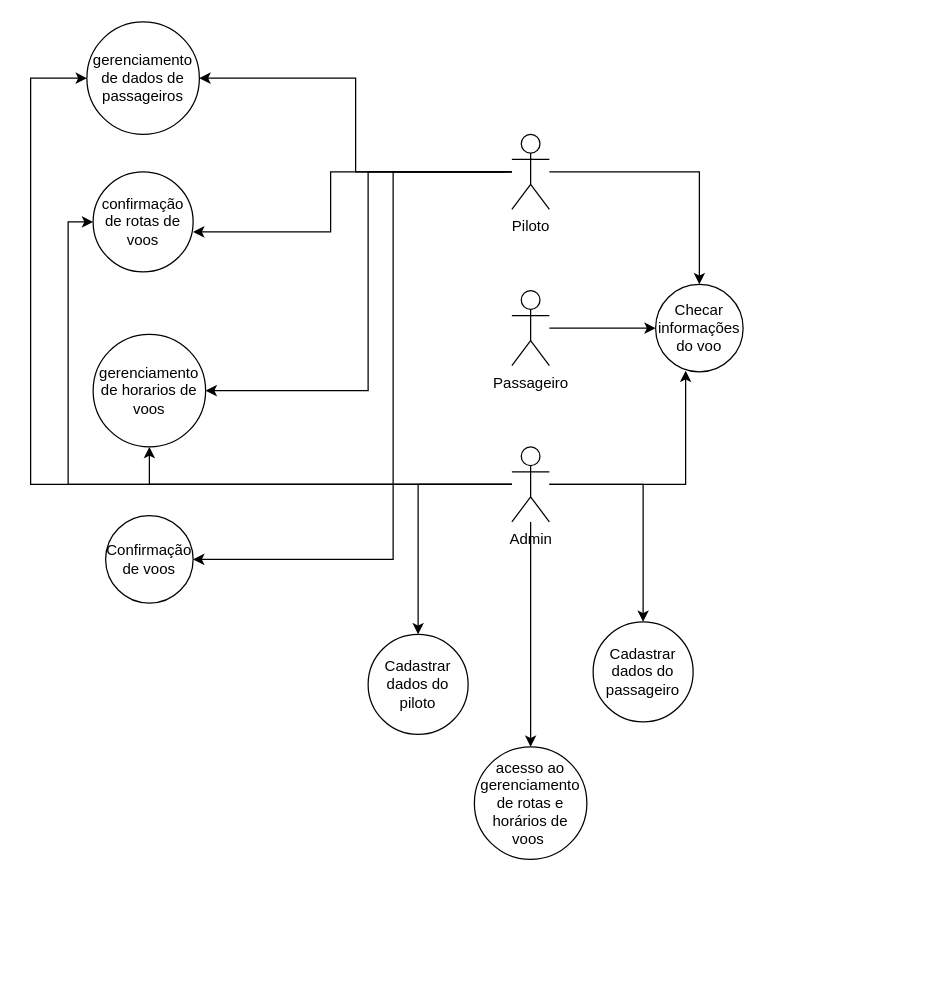
Above: page "Page-2" (2 of 3) of Other Files/Diagrama Aeromind.drawio.xml in Gabriel-Evarist0/Modelagem-de-Software-aero-mind (draw.io), before the change. Source tidied: cells renumbered, new cells numbered last; positions are measured from the earlier drawing's top-left corner, leaving out a move shared by most shapes. Both pictures are drawn from the tidied source at 125%, with x=0, y=0 at pixel (30, 21).
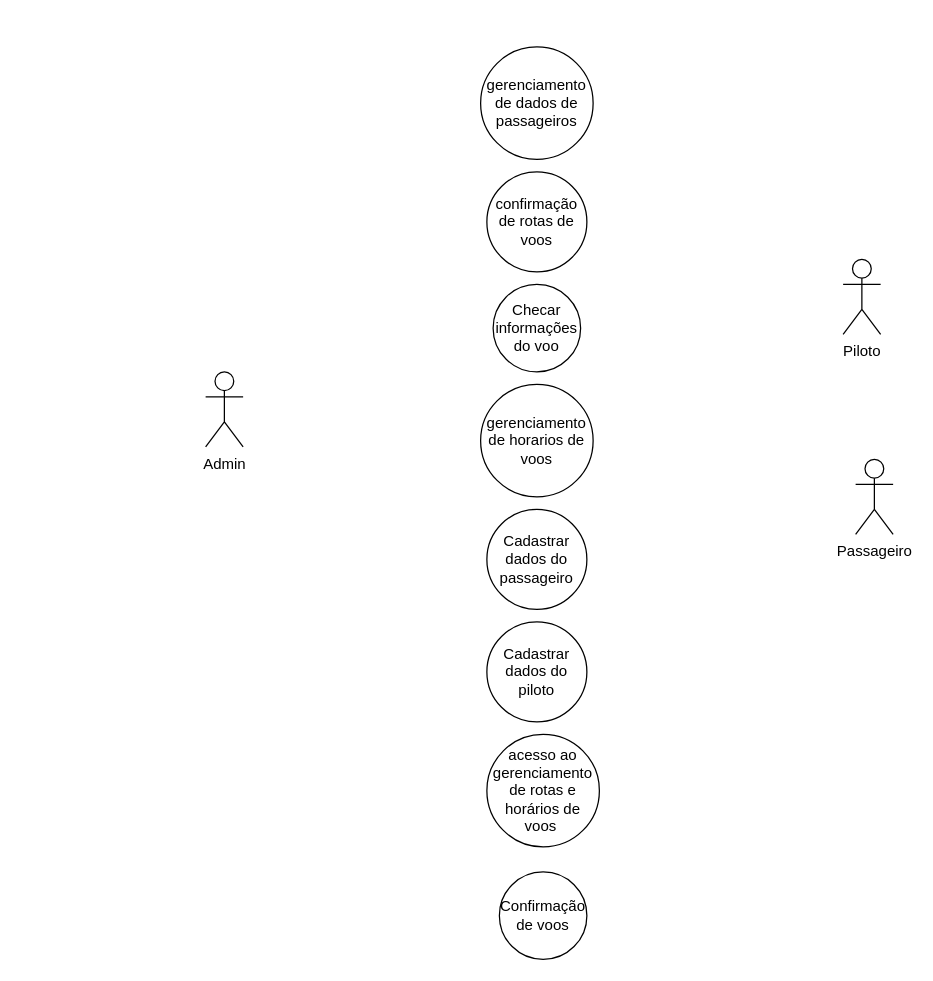
After the change.

Change to the diagram source:
```diff
@@
     <mxCell id="2" value="confirmação de rotas de voos" style="ellipse;whiteSpace=wrap;html=1;" parent="1" vertex="1">
-      <mxGeometry x="50" y="120" width="80" height="80" as="geometry" />
+      <mxGeometry x="365" y="120" width="80" height="80" as="geometry" />
     </mxCell>
     <mxCell id="3" value="gerenciamento de horarios de voos" style="ellipse;whiteSpace=wrap;html=1;" parent="1" vertex="1">
-      <mxGeometry x="50" y="250" width="90" height="90" as="geometry" />
+      <mxGeometry x="360" y="290" width="90" height="90" as="geometry" />
     </mxCell>
     <mxCell id="4" value="Confirmação de voos" style="ellipse;whiteSpace=wrap;html=1;" parent="1" vertex="1">
-      <mxGeometry x="60" y="395" width="70" height="70" as="geometry" />
+      <mxGeometry x="375" y="680" width="70" height="70" as="geometry" />
     </mxCell>
     <mxCell id="5" value="Checar informações do voo" style="ellipse;whiteSpace=wrap;html=1;fontColor=default;" parent="1" vertex="1">
-      <mxGeometry x="500" y="210" width="70" height="70" as="geometry" />
+      <mxGeometry x="370" y="210" width="70" height="70" as="geometry" />
     </mxCell>
     <mxCell id="6" value="Cadastrar dados do piloto" style="ellipse;whiteSpace=wrap;html=1;fontColor=default;direction=south;rotation=0;" parent="1" vertex="1">
-      <mxGeometry x="270" y="490" width="80" height="80" as="geometry" />
+      <mxGeometry x="365" y="480" width="80" height="80" as="geometry" />
     </mxCell>
     <mxCell id="7" value="Cadastrar dados do passageiro" style="ellipse;whiteSpace=wrap;html=1;fontColor=default;" parent="1" vertex="1">
-      <mxGeometry x="450" y="480" width="80" height="80" as="geometry" />
+      <mxGeometry x="365" y="390" width="80" height="80" as="geometry" />
     </mxCell>
     <mxCell id="8" value="gerenciamento de dados de passageiros" style="ellipse;whiteSpace=wrap;html=1;" parent="1" vertex="1">
-      <mxGeometry x="45" width="90" height="90" as="geometry" />
+      <mxGeometry x="360" y="20" width="90" height="90" as="geometry" />
     </mxCell>
     <mxCell id="9" value="acesso ao gerenciamento de rotas e horários de voos&amp;nbsp;" style="ellipse;whiteSpace=wrap;html=1;fontColor=none;" parent="1" vertex="1">
-      <mxGeometry x="355" y="580" width="90" height="90" as="geometry" />
+      <mxGeometry x="365" y="570" width="90" height="90" as="geometry" />
     </mxCell>
-    <mxCell id="10" style="edgeStyle=orthogonalEdgeStyle;rounded=0;jettySize=auto;html=1;" parent="1" edge="1" source="15" target="5">
-      <mxGeometry relative="1" as="geometry" />
-    </mxCell>
-    <mxCell id="11" style="edgeStyle=orthogonalEdgeStyle;rounded=0;jettySize=auto;html=1;entryX=1;entryY=0.6;entryDx=0;entryDy=0;entryPerimeter=0;" parent="1" edge="1" target="2">
-      <mxGeometry relative="1" as="geometry">
-        <mxPoint x="380" y="120" as="sourcePoint" />
-        <Array as="points">
-          <mxPoint x="240" y="120" />
-          <mxPoint x="240" y="168" />
-        </Array>
-      </mxGeometry>
-    </mxCell>
-    <mxCell id="12" style="edgeStyle=orthogonalEdgeStyle;rounded=0;jettySize=auto;html=1;entryX=1;entryY=0.5;entryDx=0;entryDy=0;" parent="1" edge="1" source="15" target="8">
-      <mxGeometry relative="1" as="geometry" />
-    </mxCell>
-    <mxCell id="13" style="edgeStyle=orthogonalEdgeStyle;rounded=0;jettySize=auto;html=1;entryX=1;entryY=0.5;entryDx=0;entryDy=0;" parent="1" edge="1" source="15" target="3">
-      <mxGeometry relative="1" as="geometry">
-        <Array as="points">
-          <mxPoint x="270" y="120" />
-          <mxPoint x="270" y="295" />
-        </Array>
-      </mxGeometry>
-    </mxCell>
-    <mxCell id="14" style="edgeStyle=orthogonalEdgeStyle;rounded=0;jettySize=auto;html=1;entryX=1;entryY=0.5;entryDx=0;entryDy=0;" parent="1" edge="1" source="15" target="4">
-      <mxGeometry relative="1" as="geometry">
-        <Array as="points">
-          <mxPoint x="290" y="120" />
-          <mxPoint x="290" y="430" />
-        </Array>
-      </mxGeometry>
-    </mxCell>
     <mxCell id="15" value="Piloto" style="shape=umlActor;verticalLabelPosition=bottom;verticalAlign=top;html=1;outlineConnect=0;fontColor=default;" parent="1" vertex="1">
-      <mxGeometry x="385" y="90" width="30" height="60" as="geometry" />
+      <mxGeometry x="650" y="190" width="30" height="60" as="geometry" />
     </mxCell>
-    <mxCell id="16" style="edgeStyle=orthogonalEdgeStyle;rounded=0;jettySize=auto;html=1;entryX=0;entryY=0.5;entryDx=0;entryDy=0;" parent="1" edge="1" source="17" target="5">
-      <mxGeometry relative="1" as="geometry" />
-    </mxCell>
     <mxCell id="17" value="Passageiro" style="shape=umlActor;verticalLabelPosition=bottom;verticalAlign=top;html=1;outlineConnect=0;fontColor=default;" parent="1" vertex="1">
-      <mxGeometry x="385" y="215" width="30" height="60" as="geometry" />
+      <mxGeometry x="660" y="350" width="30" height="60" as="geometry" />
     </mxCell>
-    <mxCell id="18" style="edgeStyle=orthogonalEdgeStyle;rounded=0;jettySize=auto;html=1;entryX=0.343;entryY=0.986;entryDx=0;entryDy=0;entryPerimeter=0;" parent="1" edge="1" source="25" target="5">
-      <mxGeometry relative="1" as="geometry" />
-    </mxCell>
-    <mxCell id="19" style="edgeStyle=orthogonalEdgeStyle;rounded=0;jettySize=auto;html=1;" parent="1" edge="1" source="25" target="7">
-      <mxGeometry relative="1" as="geometry" />
-    </mxCell>
-    <mxCell id="20" style="edgeStyle=orthogonalEdgeStyle;rounded=0;jettySize=auto;html=1;entryX=0.5;entryY=1;entryDx=0;entryDy=0;" parent="1" edge="1" source="25" target="3">
-      <mxGeometry relative="1" as="geometry" />
-    </mxCell>
-    <mxCell id="21" style="edgeStyle=orthogonalEdgeStyle;rounded=0;jettySize=auto;html=1;entryX=0;entryY=0.5;entryDx=0;entryDy=0;" parent="1" edge="1" source="25" target="2">
-      <mxGeometry relative="1" as="geometry" />
-    </mxCell>
-    <mxCell id="22" style="edgeStyle=orthogonalEdgeStyle;rounded=0;jettySize=auto;html=1;entryX=0;entryY=0.5;entryDx=0;entryDy=0;" parent="1" edge="1" source="25" target="8">
-      <mxGeometry relative="1" as="geometry">
-        <Array as="points">
-          <mxPoint y="370" />
-          <mxPoint y="45" />
-        </Array>
-      </mxGeometry>
-    </mxCell>
-    <mxCell id="23" style="edgeStyle=orthogonalEdgeStyle;rounded=0;jettySize=auto;html=1;" parent="1" edge="1" source="25" target="6">
-      <mxGeometry relative="1" as="geometry" />
-    </mxCell>
-    <mxCell id="24" style="edgeStyle=orthogonalEdgeStyle;rounded=0;jettySize=auto;html=1;" parent="1" edge="1" source="25" target="9">
-      <mxGeometry relative="1" as="geometry" />
-    </mxCell>
     <mxCell id="25" value="Admin" style="shape=umlActor;verticalLabelPosition=bottom;verticalAlign=top;html=1;outlineConnect=0;fontColor=none;direction=east;" parent="1" vertex="1">
-      <mxGeometry x="385" y="340" width="30" height="60" as="geometry" />
+      <mxGeometry x="140" y="280" width="30" height="60" as="geometry" />
     </mxCell>
```
